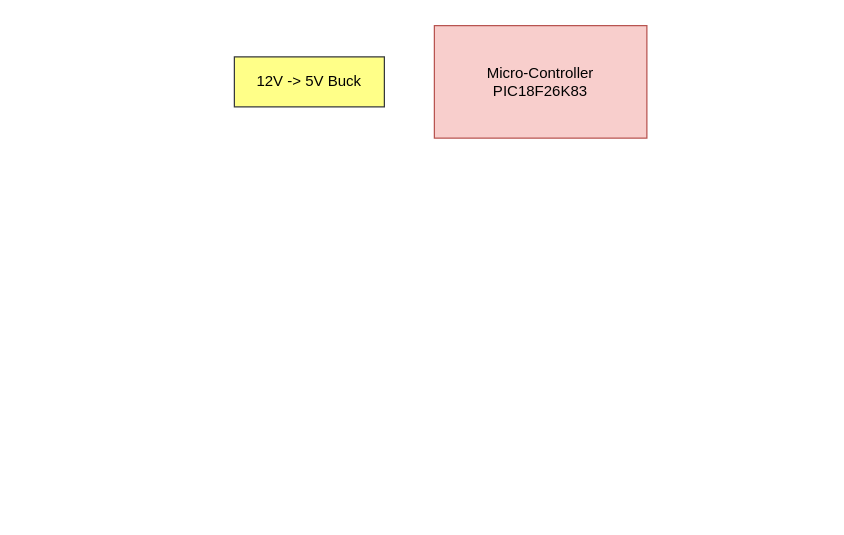
Above: page "Relay Board" (3 of 4) of electrical-gse/rlcs-v4/RLCS v4 System Architecture.drawio in waterloo-rocketry/docs (draw.io), before the change. Source tidied: cells renumbered, new cells numbered last; positions are measured from the earlier drawing's top-left corner, leaving out a move shared by most shapes. Both pictures are drawn from the tidied source at 125%, with x=0, y=0 at pixel (234, 25).
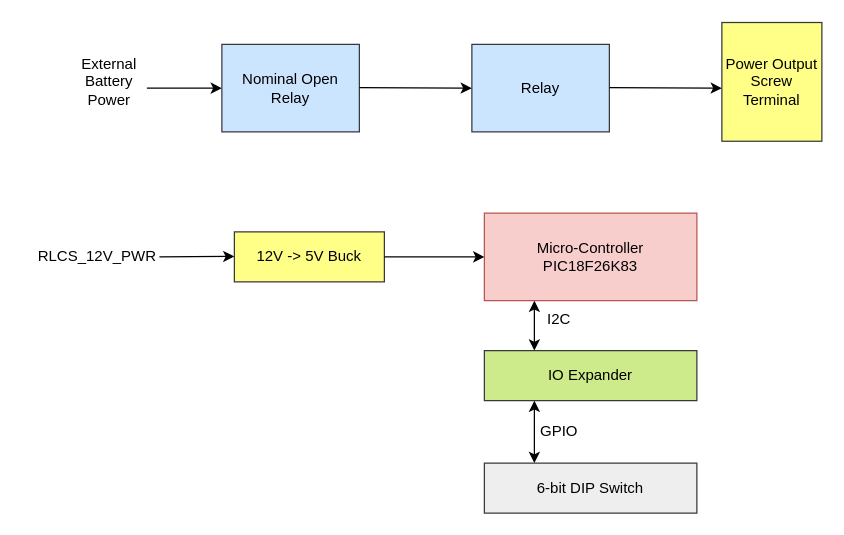
Above is the later version.

Commit message (it also covers changes not shown here):
Add relay board architecture diagram

Change to the diagram source:
```diff
@@
     <mxCell id="2" value="&lt;div&gt;Micro-Controller&lt;/div&gt;&lt;div&gt;PIC18F26K83&lt;/div&gt;" style="rounded=0;whiteSpace=wrap;html=1;fillColor=#f8cecc;strokeColor=#b85450;" parent="1" vertex="1">
-      <mxGeometry x="160" width="170" height="90" as="geometry" />
+      <mxGeometry x="200" y="150" width="170" height="70" as="geometry" />
     </mxCell>
     <mxCell id="3" value="12V -&amp;gt; 5V Buck" style="rounded=0;whiteSpace=wrap;html=1;fillColor=#ffff88;strokeColor=#36393d;" parent="1" vertex="1">
-      <mxGeometry y="25" width="120" height="40" as="geometry" />
+      <mxGeometry y="165" width="120" height="40" as="geometry" />
     </mxCell>
+    <mxCell id="4" style="endArrow=classic;html=1;rounded=0;entryX=0;entryY=0.5;entryDx=0;entryDy=0;exitX=1;exitY=0.5;exitDx=0;exitDy=0;" parent="1" edge="1" source="3" target="2">
+      <mxGeometry relative="1" as="geometry" />
+    </mxCell>
+    <mxCell id="5" value="RLCS_12V_PWR" style="text;html=1;align=center;verticalAlign=middle;strokeColor=none;fillColor=none;" parent="1" vertex="1">
+      <mxGeometry x="-170" y="170" width="120" height="30" as="geometry" />
+    </mxCell>
+    <mxCell id="6" style="endArrow=classic;html=1;rounded=0;entryX=0;entryY=0.5;entryDx=0;entryDy=0;" parent="1" edge="1">
+      <mxGeometry relative="1" as="geometry">
+        <mxPoint x="-60" y="185" as="sourcePoint" />
+        <mxPoint y="184.6" as="targetPoint" />
+      </mxGeometry>
+    </mxCell>
+    <mxCell id="7" style="endArrow=classic;startArrow=classic;html=1;rounded=0;" parent="1" edge="1">
+      <mxGeometry relative="1" as="geometry">
+        <mxPoint x="240" y="260" as="sourcePoint" />
+        <mxPoint x="240" y="220" as="targetPoint" />
+      </mxGeometry>
+    </mxCell>
+    <mxCell id="8" value="I2C" style="text;html=1;align=center;verticalAlign=middle;whiteSpace=wrap;rounded=0;" parent="1" vertex="1">
+      <mxGeometry x="230" y="220" width="60" height="30" as="geometry" />
+    </mxCell>
+    <mxCell id="9" value="IO Expander" style="rounded=0;whiteSpace=wrap;html=1;fillColor=#cdeb8b;strokeColor=#36393d;" parent="1" vertex="1">
+      <mxGeometry x="200" y="260" width="170" height="40" as="geometry" />
+    </mxCell>
+    <mxCell id="10" style="endArrow=classic;startArrow=classic;html=1;rounded=0;" parent="1" edge="1">
+      <mxGeometry relative="1" as="geometry">
+        <mxPoint x="240" y="350" as="sourcePoint" />
+        <mxPoint x="240" y="300" as="targetPoint" />
+      </mxGeometry>
+    </mxCell>
+    <mxCell id="11" value="GPIO" style="text;html=1;align=center;verticalAlign=middle;whiteSpace=wrap;rounded=0;" parent="1" vertex="1">
+      <mxGeometry x="230" y="310" width="60" height="30" as="geometry" />
+    </mxCell>
+    <mxCell id="12" value="6-bit DIP Switch" style="rounded=0;whiteSpace=wrap;html=1;fillColor=#eeeeee;strokeColor=#36393d;" parent="1" vertex="1">
+      <mxGeometry x="200" y="350" width="170" height="40" as="geometry" />
+    </mxCell>
+    <mxCell id="13" style="endArrow=classic;html=1;rounded=0;" parent="1" edge="1">
+      <mxGeometry relative="1" as="geometry">
+        <mxPoint x="-70" y="50" as="sourcePoint" />
+        <mxPoint x="-10" y="50" as="targetPoint" />
+      </mxGeometry>
+    </mxCell>
+    <mxCell id="14" value="External Battery Power" style="text;html=1;align=center;verticalAlign=middle;whiteSpace=wrap;rounded=0;" parent="1" vertex="1">
+      <mxGeometry x="-130" y="30" width="60" height="30" as="geometry" />
+    </mxCell>
+    <mxCell id="15" value="Power Output Screw Terminal" style="rounded=0;whiteSpace=wrap;html=1;fillColor=#ffff88;strokeColor=#36393d;" parent="1" vertex="1">
+      <mxGeometry x="390" y="-2.5" width="80" height="95" as="geometry" />
+    </mxCell>
+    <mxCell id="16" value="Nominal Open Relay" style="rounded=0;whiteSpace=wrap;html=1;fillColor=#cce5ff;strokeColor=#36393d;" parent="1" vertex="1">
+      <mxGeometry x="-10" y="15" width="110" height="70" as="geometry" />
+    </mxCell>
+    <mxCell id="17" value="Relay" style="rounded=0;whiteSpace=wrap;html=1;fillColor=#cce5ff;strokeColor=#36393d;" parent="1" vertex="1">
+      <mxGeometry x="190" y="15" width="110" height="70" as="geometry" />
+    </mxCell>
+    <mxCell id="18" style="endArrow=classic;html=1;rounded=0;entryX=0;entryY=0.5;entryDx=0;entryDy=0;" parent="1" edge="1" target="17">
+      <mxGeometry relative="1" as="geometry">
+        <mxPoint x="100" y="49.6" as="sourcePoint" />
+      </mxGeometry>
+    </mxCell>
+    <mxCell id="19" style="endArrow=classic;html=1;rounded=0;entryX=0;entryY=0.5;entryDx=0;entryDy=0;" parent="1" edge="1">
+      <mxGeometry relative="1" as="geometry">
+        <mxPoint x="300" y="49.6" as="sourcePoint" />
+        <mxPoint x="390" y="50" as="targetPoint" />
+      </mxGeometry>
+    </mxCell>
```
